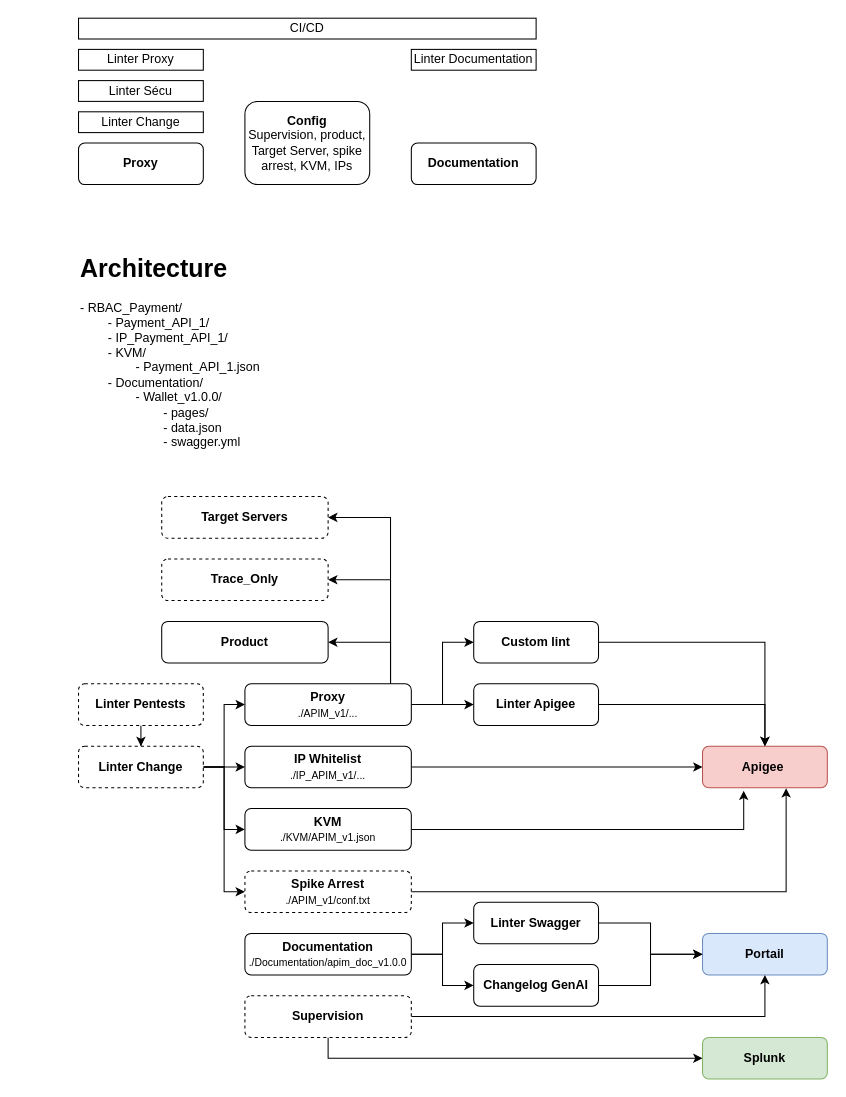
Before: Architecture CI/NewGenPipelines.drawio in 41M3/draw.io, a draw.io diagram. Source tidied: cells renumbered, new cells numbered last; positions are measured from the earlier drawing's top-left corner, leaving out a move shared by most shapes. Both pictures are drawn from the tidied source at 104%, with x=0, y=0 at pixel (78, 18).
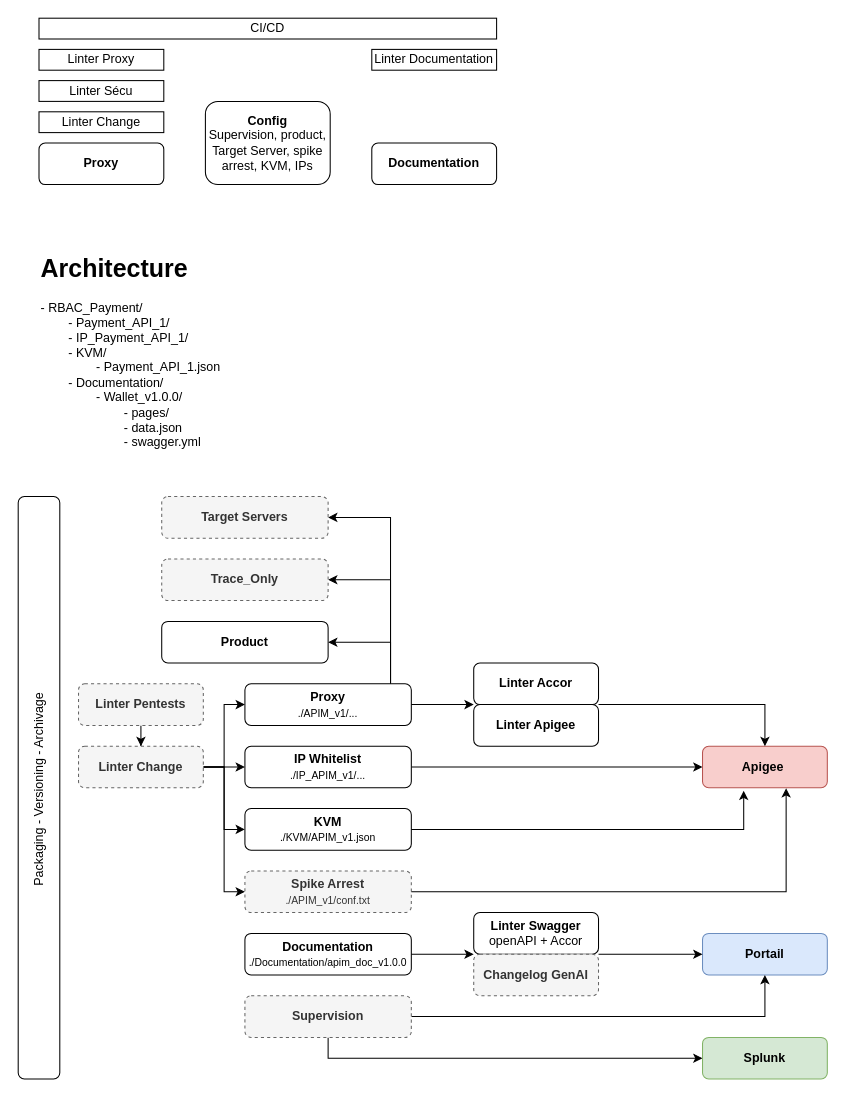
After the change.

Commit message (it also covers changes not shown here):
Mettre à jour NewGenPipelines.drawio

The change refers to these unchanged cells:
```xml
<mxCell id="15" value="&lt;b&gt;Proxy&lt;/b&gt;&lt;br&gt;&lt;font style=&quot;font-size: 10px;&quot;&gt;./APIM_v1/...&lt;/font&gt;" style="rounded=1;whiteSpace=wrap;html=1;" parent="1" vertex="1">
  <mxGeometry x="160" y="640" width="160" height="40" as="geometry" />
</mxCell>
<mxCell id="28" value="&lt;b&gt;Apigee&amp;nbsp;&lt;/b&gt;" style="rounded=1;whiteSpace=wrap;html=1;fillColor=#f8cecc;strokeColor=#b85450;" parent="1" vertex="1">
  <mxGeometry x="600" y="700" width="120" height="40" as="geometry" />
</mxCell>
<mxCell id="29" value="&lt;b&gt;Portail&lt;/b&gt;" style="rounded=1;whiteSpace=wrap;html=1;fillColor=#dae8fc;strokeColor=#6c8ebf;" parent="1" vertex="1">
  <mxGeometry x="600" y="880" width="120" height="40" as="geometry" />
</mxCell>
<mxCell id="32" value="&lt;b&gt;Documentation&lt;br&gt;&lt;/b&gt;&lt;font style=&quot;font-size: 10px;&quot;&gt;./Documentation/apim_doc_v1.0.0&lt;/font&gt;" style="rounded=1;whiteSpace=wrap;html=1;" parent="1" vertex="1">
  <mxGeometry x="160" y="880" width="160" height="40" as="geometry" />
</mxCell>
```

The edit, as a diff of the source:
```diff
@@
     <mxCell id="2" value="&lt;b&gt;Proxy&lt;/b&gt;" style="rounded=1;whiteSpace=wrap;html=1;" parent="1" vertex="1">
-      <mxGeometry y="120" width="120" height="40" as="geometry" />
+      <mxGeometry x="-38" y="120" width="120" height="40" as="geometry" />
     </mxCell>
     <mxCell id="3" value="&lt;b&gt;Config&lt;/b&gt;&lt;div&gt;Supervision, product, Target Server, spike arrest, KVM, IPs&lt;/div&gt;" style="rounded=1;whiteSpace=wrap;html=1;" parent="1" vertex="1">
-      <mxGeometry x="160" y="80" width="120" height="80" as="geometry" />
+      <mxGeometry x="122" y="80" width="120" height="80" as="geometry" />
     </mxCell>
     <mxCell id="4" value="&lt;b&gt;Documentation&lt;/b&gt;" style="rounded=1;whiteSpace=wrap;html=1;" parent="1" vertex="1">
-      <mxGeometry x="320" y="120" width="120" height="40" as="geometry" />
+      <mxGeometry x="282" y="120" width="120" height="40" as="geometry" />
     </mxCell>
     <mxCell id="5" value="CI/CD" style="rounded=0;whiteSpace=wrap;html=1;" parent="1" vertex="1">
-      <mxGeometry width="440" height="20" as="geometry" />
+      <mxGeometry x="-38" width="440" height="20" as="geometry" />
     </mxCell>
     <mxCell id="6" value="Linter Documentation" style="rounded=0;whiteSpace=wrap;html=1;" parent="1" vertex="1">
-      <mxGeometry x="320" y="30" width="120" height="20" as="geometry" />
+      <mxGeometry x="282" y="30" width="120" height="20" as="geometry" />
     </mxCell>
     <mxCell id="7" value="Linter Proxy" style="rounded=0;whiteSpace=wrap;html=1;" parent="1" vertex="1">
-      <mxGeometry y="30" width="120" height="20" as="geometry" />
+      <mxGeometry x="-38" y="30" width="120" height="20" as="geometry" />
     </mxCell>
     <mxCell id="8" value="Linter Sécu" style="rounded=0;whiteSpace=wrap;html=1;" parent="1" vertex="1">
-      <mxGeometry y="60" width="120" height="20" as="geometry" />
+      <mxGeometry x="-38" y="60" width="120" height="20" as="geometry" />
     </mxCell>
     <mxCell id="9" value="Linter Change" style="rounded=0;whiteSpace=wrap;html=1;" parent="1" vertex="1">
-      <mxGeometry y="90" width="120" height="20" as="geometry" />
+      <mxGeometry x="-38" y="90" width="120" height="20" as="geometry" />
     </mxCell>
-    <mxCell id="10" style="edgeStyle=orthogonalEdgeStyle;rounded=0;jettySize=auto;html=1;entryX=0;entryY=0.5;entryDx=0;entryDy=0;" parent="1" edge="1" source="15" target="34">
-      <mxGeometry relative="1" as="geometry" />
-    </mxCell>
-    <mxCell id="11" style="edgeStyle=orthogonalEdgeStyle;rounded=0;jettySize=auto;html=1;entryX=0;entryY=0.5;entryDx=0;entryDy=0;" parent="1" edge="1" source="15" target="36">
-      <mxGeometry relative="1" as="geometry" />
-    </mxCell>
@@
-    <mxCell id="19" value="&lt;b&gt;Spike Arrest&lt;br&gt;&lt;/b&gt;&lt;font style=&quot;font-size: 10px;&quot;&gt;./APIM_v1/conf.txt&lt;/font&gt;" style="rounded=1;whiteSpace=wrap;html=1;dashed=1;" parent="1" vertex="1">
+    <mxCell id="19" value="&lt;b&gt;Spike Arrest&lt;br&gt;&lt;/b&gt;&lt;font style=&quot;font-size: 10px;&quot;&gt;./APIM_v1/conf.txt&lt;/font&gt;" style="rounded=1;whiteSpace=wrap;html=1;dashed=1;fillColor=#f5f5f5;fontColor=#333333;strokeColor=#666666;" parent="1" vertex="1">
       <mxGeometry x="160" y="820" width="160" height="40" as="geometry" />
     </mxCell>
@@
-    <mxCell id="21" value="&lt;b&gt;Linter Pentests&lt;/b&gt;" style="rounded=1;whiteSpace=wrap;html=1;dashed=1;" parent="1" vertex="1">
+    <mxCell id="21" value="&lt;b&gt;Linter Pentests&lt;/b&gt;" style="rounded=1;whiteSpace=wrap;html=1;dashed=1;fillColor=#f5f5f5;fontColor=#333333;strokeColor=#666666;" parent="1" vertex="1">
       <mxGeometry y="640" width="120" height="40" as="geometry" />
     </mxCell>
@@
-    <mxCell id="26" value="&lt;b&gt;Linter Change&lt;/b&gt;" style="rounded=1;whiteSpace=wrap;html=1;dashed=1;" parent="1" vertex="1">
+    <mxCell id="26" value="&lt;b&gt;Linter Change&lt;/b&gt;" style="rounded=1;whiteSpace=wrap;html=1;dashed=1;fillColor=#f5f5f5;fontColor=#333333;strokeColor=#666666;" parent="1" vertex="1">
       <mxGeometry y="700" width="120" height="40" as="geometry" />
     </mxCell>
     <mxCell id="27" value="&lt;h1 style=&quot;margin-top: 0px;&quot;&gt;Architecture&lt;/h1&gt;&lt;p&gt;- RBAC_Payment/&lt;br&gt;&lt;span style=&quot;white-space: pre;&quot;&gt;&#9;&lt;/span&gt;- Payment_API_1/&lt;br&gt;&lt;span style=&quot;white-space: pre;&quot;&gt;&#9;&lt;/span&gt;- IP_Payment_API_1/&lt;br&gt;&lt;span style=&quot;white-space: pre;&quot;&gt;&#9;&lt;/span&gt;- KVM/&lt;br&gt;&lt;span style=&quot;white-space: pre;&quot;&gt;&#9;&lt;/span&gt;&lt;span style=&quot;white-space: pre;&quot;&gt;&#9;&lt;/span&gt;- Payment_API_1.json&lt;br&gt;&lt;span style=&quot;white-space: pre;&quot;&gt;&#9;&lt;/span&gt;- Documentation/&lt;br&gt;&lt;span style=&quot;white-space: pre;&quot;&gt;&#9;&lt;/span&gt;&lt;span style=&quot;white-space: pre;&quot;&gt;&#9;&lt;/span&gt;- Wallet_v1.0.0/&lt;br&gt;&lt;span style=&quot;white-space: pre;&quot;&gt;&#9;&lt;/span&gt;&lt;span style=&quot;white-space: pre;&quot;&gt;&#9;&lt;/span&gt;&lt;span style=&quot;white-space: pre;&quot;&gt;&#9;&lt;/span&gt;- pages/&lt;br&gt;&lt;span style=&quot;white-space: pre;&quot;&gt;&#9;&lt;/span&gt;&lt;span style=&quot;white-space: pre;&quot;&gt;&#9;&lt;/span&gt;&lt;span style=&quot;white-space: pre;&quot;&gt;&#9;&lt;/span&gt;- data.json&lt;br&gt;&lt;span style=&quot;white-space: pre;&quot;&gt;&#9;&lt;/span&gt;&lt;span style=&quot;white-space: pre;&quot;&gt;&#9;&lt;/span&gt;&lt;span style=&quot;white-space: pre;&quot;&gt;&#9;&lt;/span&gt;- swagger.yml&lt;br&gt;&lt;/p&gt;" style="text;html=1;whiteSpace=wrap;overflow=hidden;rounded=0;" parent="1" vertex="1">
-      <mxGeometry y="220" width="310" height="220" as="geometry" />
+      <mxGeometry x="-38" y="220" width="310" height="220" as="geometry" />
     </mxCell>
@@
-    <mxCell id="30" style="edgeStyle=orthogonalEdgeStyle;rounded=0;jettySize=auto;html=1;entryX=0;entryY=0.5;entryDx=0;entryDy=0;" parent="1" edge="1" source="32" target="40">
-      <mxGeometry relative="1" as="geometry" />
-    </mxCell>
-    <mxCell id="31" style="edgeStyle=orthogonalEdgeStyle;rounded=0;jettySize=auto;html=1;" parent="1" edge="1" source="32" target="42">
-      <mxGeometry relative="1" as="geometry" />
-    </mxCell>
@@
-    <mxCell id="33" style="edgeStyle=orthogonalEdgeStyle;rounded=0;jettySize=auto;html=1;" parent="1" edge="1" source="34" target="28">
-      <mxGeometry relative="1" as="geometry" />
-    </mxCell>
     <mxCell id="34" value="&lt;b&gt;Linter Apigee&lt;/b&gt;" style="rounded=1;whiteSpace=wrap;html=1;" parent="1" vertex="1">
-      <mxGeometry x="380" y="640" width="120" height="40" as="geometry" />
+      <mxGeometry x="380" y="660" width="120" height="40" as="geometry" />
     </mxCell>
-    <mxCell id="35" style="edgeStyle=orthogonalEdgeStyle;rounded=0;jettySize=auto;html=1;" parent="1" edge="1" source="36" target="28">
-      <mxGeometry relative="1" as="geometry" />
-    </mxCell>
-    <mxCell id="36" value="&lt;b&gt;Custom lint&lt;/b&gt;" style="rounded=1;whiteSpace=wrap;html=1;" parent="1" vertex="1">
-      <mxGeometry x="380" y="580" width="120" height="40" as="geometry" />
+    <mxCell id="36" value="&lt;b&gt;Linter Accor&lt;/b&gt;" style="rounded=1;whiteSpace=wrap;html=1;" parent="1" vertex="1">
+      <mxGeometry x="380" y="620" width="120" height="40" as="geometry" />
     </mxCell>
@@
-    <mxCell id="39" style="edgeStyle=orthogonalEdgeStyle;rounded=0;jettySize=auto;html=1;" parent="1" edge="1" source="40" target="29">
-      <mxGeometry relative="1" as="geometry" />
-    </mxCell>
-    <mxCell id="40" value="&lt;b&gt;Linter Swagger&lt;/b&gt;" style="rounded=1;whiteSpace=wrap;html=1;" parent="1" vertex="1">
-      <mxGeometry x="380" y="850" width="120" height="40" as="geometry" />
+    <mxCell id="40" value="&lt;b&gt;Linter Swagger&lt;/b&gt;&lt;br&gt;openAPI + Accor" style="rounded=1;whiteSpace=wrap;html=1;" parent="1" vertex="1">
+      <mxGeometry x="380" y="860" width="120" height="40" as="geometry" />
     </mxCell>
-    <mxCell id="41" style="edgeStyle=orthogonalEdgeStyle;rounded=0;jettySize=auto;html=1;" parent="1" edge="1" source="42" target="29">
-      <mxGeometry relative="1" as="geometry" />
-    </mxCell>
-    <mxCell id="42" value="&lt;b&gt;Changelog GenAI&lt;/b&gt;" style="rounded=1;whiteSpace=wrap;html=1;" parent="1" vertex="1">
-      <mxGeometry x="380" y="910" width="120" height="40" as="geometry" />
+    <mxCell id="42" value="&lt;b&gt;Changelog GenAI&lt;/b&gt;" style="rounded=1;whiteSpace=wrap;html=1;dashed=1;fillColor=#f5f5f5;fontColor=#333333;strokeColor=#666666;" parent="1" vertex="1">
+      <mxGeometry x="380" y="900" width="120" height="40" as="geometry" />
     </mxCell>
@@
-    <mxCell id="44" value="&lt;b&gt;Trace_Only&lt;/b&gt;" style="rounded=1;whiteSpace=wrap;html=1;dashed=1;" parent="1" vertex="1">
+    <mxCell id="44" value="&lt;b&gt;Trace_Only&lt;/b&gt;" style="rounded=1;whiteSpace=wrap;html=1;dashed=1;fillColor=#f5f5f5;fontColor=#333333;strokeColor=#666666;" parent="1" vertex="1">
       <mxGeometry x="80" y="520" width="160" height="40" as="geometry" />
     </mxCell>
@@
-    <mxCell id="47" value="&lt;b&gt;Supervision&lt;/b&gt;" style="rounded=1;whiteSpace=wrap;html=1;dashed=1;" parent="1" vertex="1">
+    <mxCell id="47" value="&lt;b&gt;Supervision&lt;/b&gt;" style="rounded=1;whiteSpace=wrap;html=1;dashed=1;fillColor=#f5f5f5;fontColor=#333333;strokeColor=#666666;" parent="1" vertex="1">
       <mxGeometry x="160" y="940" width="160" height="40" as="geometry" />
     </mxCell>
-    <mxCell id="48" value="&lt;b&gt;Target Servers&lt;/b&gt;" style="rounded=1;whiteSpace=wrap;html=1;dashed=1;" parent="1" vertex="1">
+    <mxCell id="48" value="&lt;b&gt;Target Servers&lt;/b&gt;" style="rounded=1;whiteSpace=wrap;html=1;dashed=1;fillColor=#f5f5f5;fontColor=#333333;strokeColor=#666666;" parent="1" vertex="1">
       <mxGeometry x="80" y="460" width="160" height="40" as="geometry" />
     </mxCell>
@@
+    <mxCell id="10" style="endArrow=classic;html=1;rounded=0;exitX=1;exitY=0.5;exitDx=0;exitDy=0;entryX=0;entryY=0;entryDx=0;entryDy=0;" parent="1" edge="1" source="15" target="34">
+      <mxGeometry relative="1" as="geometry" />
+    </mxCell>
+    <mxCell id="33" style="endArrow=classic;html=1;rounded=0;exitX=1;exitY=0;exitDx=0;exitDy=0;entryX=0.5;entryY=0;entryDx=0;entryDy=0;" parent="1" edge="1" source="34" target="28">
+      <mxGeometry relative="1" as="geometry">
+        <Array as="points">
+          <mxPoint x="660" y="660" />
+        </Array>
+      </mxGeometry>
+    </mxCell>
+    <mxCell id="30" style="endArrow=classic;html=1;rounded=0;exitX=1;exitY=0.5;exitDx=0;exitDy=0;entryX=0;entryY=1;entryDx=0;entryDy=0;" parent="1" edge="1" source="32" target="40">
+      <mxGeometry relative="1" as="geometry" />
+    </mxCell>
+    <mxCell id="41" style="endArrow=classic;html=1;rounded=0;exitX=1;exitY=0;exitDx=0;exitDy=0;entryX=0;entryY=0.5;entryDx=0;entryDy=0;" parent="1" edge="1" source="42" target="29">
+      <mxGeometry relative="1" as="geometry" />
+    </mxCell>
+    <mxCell id="50" value="Packaging - Versioning - Archivage&amp;nbsp;" style="rounded=1;whiteSpace=wrap;html=1;rotation=-90;" parent="1" vertex="1">
+      <mxGeometry x="-318" y="720" width="560" height="40" as="geometry" />
+    </mxCell>
```
